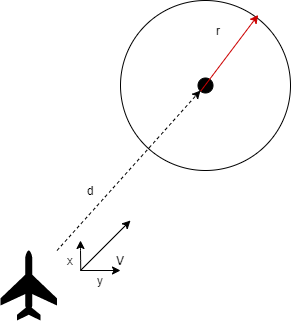
Above: problem 4.png in stone315/ZipSim (draw.io), before the change. Source tidied: cells renumbered, new cells last; positions are measured from the earlier drawing's top-left corner, leaving out a move shared by most shapes.
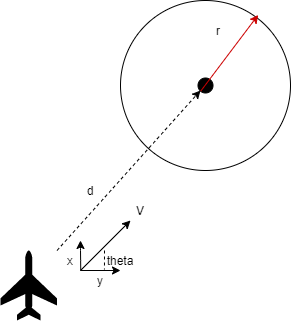
After the change.

What changed in the source:
```diff
@@ -32,7 +32,7 @@
       </mxGeometry>
     </mxCell>
     <mxCell id="10" value="V" style="text;html=1;strokeColor=none;fillColor=none;align=center;verticalAlign=middle;whiteSpace=wrap;rounded=0;" parent="1" vertex="1">
-      <mxGeometry x="100" y="250" width="40" height="20" as="geometry" />
+      <mxGeometry x="120" y="200" width="40" height="20" as="geometry" />
     </mxCell>
     <mxCell id="11" style="endArrow=classic;html=1;dashed=1;" parent="1" edge="1">
       <mxGeometry relative="1" as="geometry">
@@ -61,5 +61,13 @@
     <mxCell id="15" value="y" style="text;html=1;strokeColor=none;fillColor=none;align=center;verticalAlign=middle;whiteSpace=wrap;rounded=0;" parent="1" vertex="1">
       <mxGeometry x="80" y="270" width="40" height="20" as="geometry" />
     </mxCell>
+    <mxCell id="16" style="endArrow=none;dashed=1;html=1;strokeColor=#000000;entryX=0.599;entryY=-0.05;entryDx=0;entryDy=0;entryPerimeter=0;" parent="1" edge="1" target="15">
+      <mxGeometry relative="1" as="geometry">
+        <mxPoint x="104" y="250" as="sourcePoint" />
+      </mxGeometry>
+    </mxCell>
+    <mxCell id="17" value="theta" style="text;html=1;strokeColor=none;fillColor=none;align=center;verticalAlign=middle;whiteSpace=wrap;rounded=0;" parent="1" vertex="1">
+      <mxGeometry x="100" y="250" width="40" height="20" as="geometry" />
+    </mxCell>
   </root>
 </mxGraphModel>
```
